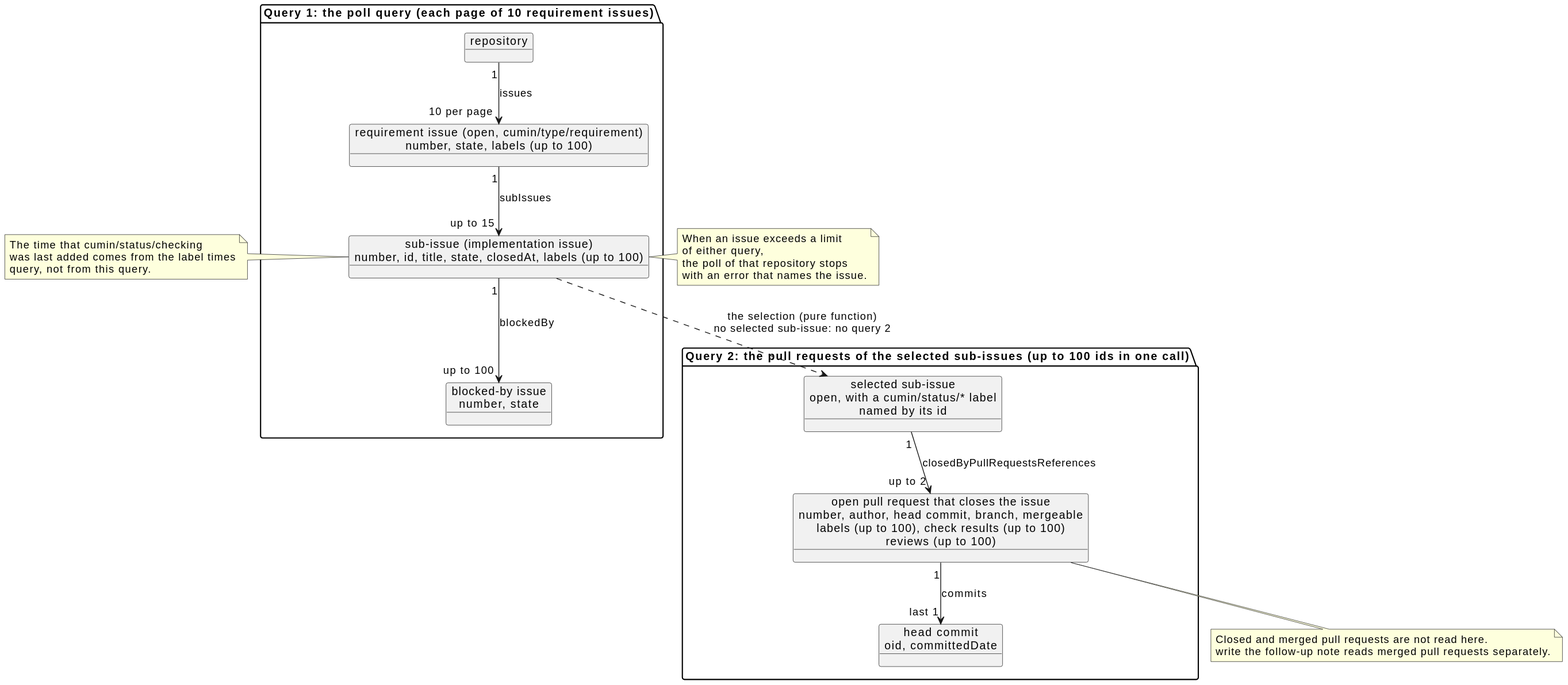
Earlier version of the PlantUML export docs/ja/designs/poll-snapshot.svg (cloveclovedev/cumin-works).
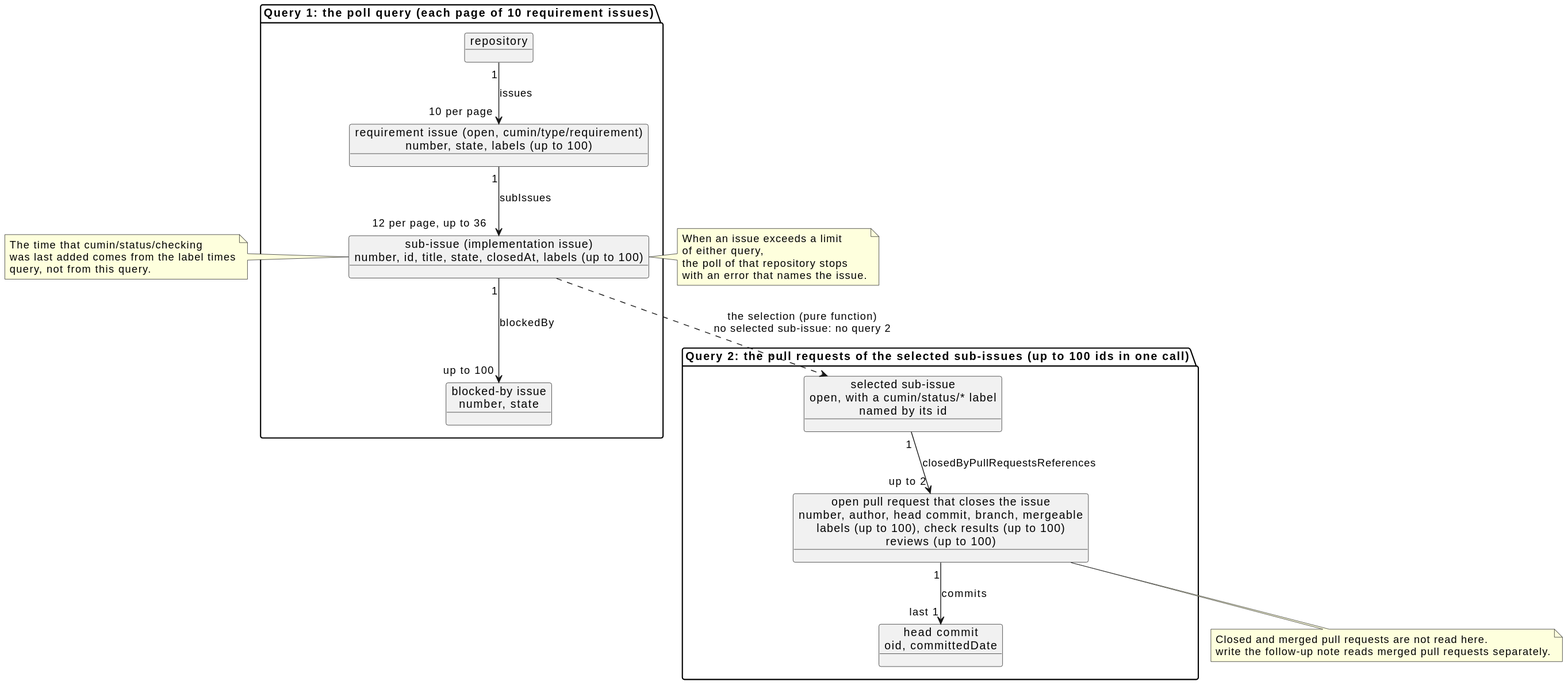
After the commit.

Commit message:
feat(github): read the sub-issues of the snapshot in pages of twelve (#634)

Diff of the diagram source:
```diff
@@ -15,7 +15,7 @@
 }
 
 repo "1" --> "10 per page" req : issues
-req "1" --> "up to 15" sub : subIssues
+req "1" --> "12 per page, up to 36" sub : subIssues
 sub "1" --> "up to 100" blocker : blockedBy
 sub ..> selected : the selection (pure function)\nno selected sub-issue: no query 2
 selected "1" --> "up to 2" pr : closedByPullRequestsReferences
```
